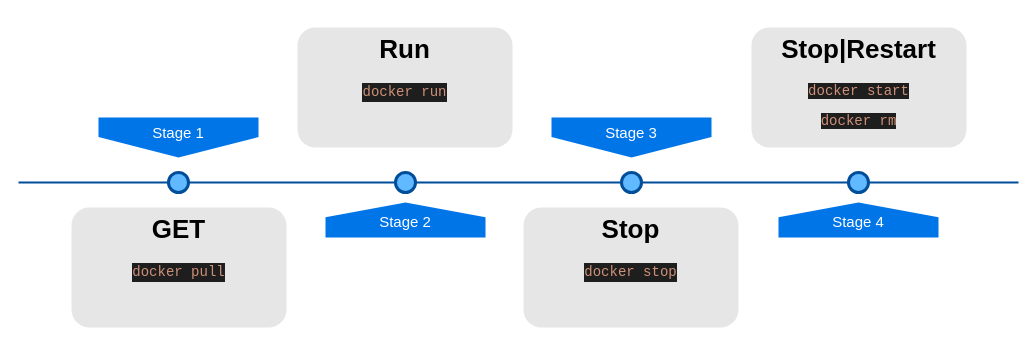
This is Container Stages.drawio from kgeorge314/draw.io, a draw.io file, before an edit. Source tidied: cells renumbered, new cells numbered last; positions are measured from the earlier drawing's top-left corner, leaving out a move shared by most shapes. Both pictures are drawn from the tidied source at 100%, with x=0, y=0 at pixel (18, 27).
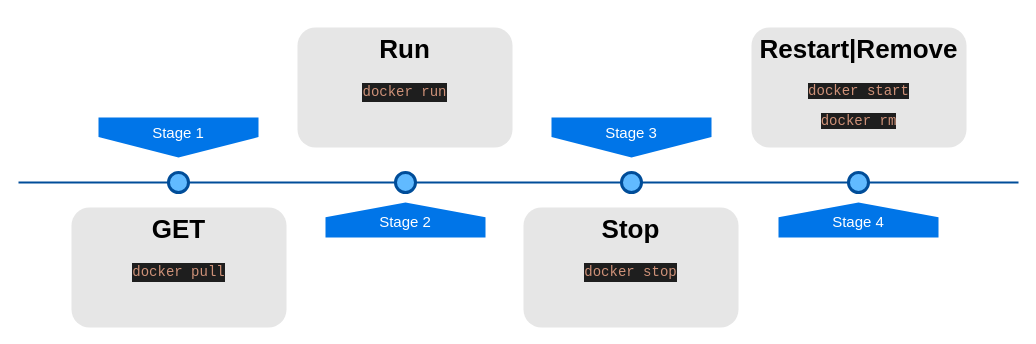
After the change.

Change to the diagram source:
```diff
@@
 <mxGraphModel background="#ffffff">
   <root>
     <mxCell id="0" />
     <mxCell id="1" parent="0" />
     <mxCell id="2" style="line;strokeWidth=2;html=1;fillColor=none;fontSize=28;fontColor=#004D99;strokeColor=#004D99;" parent="1" vertex="1">
       <mxGeometry y="150" width="1000" height="10" as="geometry" />
     </mxCell>
     <mxCell id="3" value="Stage 1" style="shape=offPageConnector;whiteSpace=wrap;html=1;fillColor=#0075E8;fontSize=15;fontColor=#FFFFFF;size=0.5093750000000015;verticalAlign=top;strokeColor=none;" parent="1" vertex="1">
       <mxGeometry x="80" y="90" width="160" height="40" as="geometry" />
     </mxCell>
     <mxCell id="4" value="&lt;span&gt;Stage 3&lt;/span&gt;" style="shape=offPageConnector;whiteSpace=wrap;html=1;fillColor=#0075E8;fontSize=15;fontColor=#FFFFFF;size=0.5093750000000015;verticalAlign=top;strokeColor=none;" parent="1" vertex="1">
       <mxGeometry x="533" y="90" width="160" height="40" as="geometry" />
     </mxCell>
     <mxCell id="5" value="&lt;span&gt;Stage 2&lt;/span&gt;" style="shape=offPageConnector;whiteSpace=wrap;html=1;fillColor=#0075E8;fontSize=15;fontColor=#FFFFFF;size=0.4178571428571445;flipV=1;verticalAlign=bottom;strokeColor=none;spacingBottom=4;" parent="1" vertex="1">
       <mxGeometry x="307" y="175" width="160" height="35" as="geometry" />
     </mxCell>
     <mxCell id="6" value="&lt;span&gt;Stage 4&lt;/span&gt;" style="shape=offPageConnector;whiteSpace=wrap;html=1;fillColor=#0075E8;fontSize=15;fontColor=#FFFFFF;size=0.4178571428571445;flipV=1;verticalAlign=bottom;strokeColor=none;spacingBottom=4;" parent="1" vertex="1">
       <mxGeometry x="760" y="175" width="160" height="35" as="geometry" />
     </mxCell>
     <mxCell id="7" style="ellipse;whiteSpace=wrap;html=1;fillColor=#61BAFF;fontSize=28;fontColor=#004D99;strokeWidth=3;strokeColor=#004D99;" parent="1" vertex="1">
       <mxGeometry x="150" y="145" width="20" height="20" as="geometry" />
     </mxCell>
     <mxCell id="8" style="ellipse;whiteSpace=wrap;html=1;fillColor=#61BAFF;fontSize=28;fontColor=#004D99;strokeWidth=3;strokeColor=#004D99;" parent="1" vertex="1">
       <mxGeometry x="377" y="145" width="20" height="20" as="geometry" />
     </mxCell>
     <mxCell id="9" style="ellipse;whiteSpace=wrap;html=1;fillColor=#61BAFF;fontSize=28;fontColor=#004D99;strokeWidth=3;strokeColor=#004D99;" parent="1" vertex="1">
       <mxGeometry x="603" y="145" width="20" height="20" as="geometry" />
     </mxCell>
     <mxCell id="10" style="ellipse;whiteSpace=wrap;html=1;fillColor=#61BAFF;fontSize=28;fontColor=#004D99;strokeWidth=3;strokeColor=#004D99;" parent="1" vertex="1">
       <mxGeometry x="830" y="145" width="20" height="20" as="geometry" />
     </mxCell>
     <mxCell id="11" value="&lt;h1&gt;GET&lt;/h1&gt;&lt;div style=&quot;color: rgb(212 , 212 , 212) ; background-color: rgb(30 , 30 , 30) ; font-family: &amp;#34;consolas&amp;#34; , &amp;#34;courier new&amp;#34; , monospace ; font-size: 14px ; line-height: 19px ; white-space: pre&quot;&gt;&lt;span style=&quot;color: #ce9178&quot;&gt;docker&amp;nbsp;pull&lt;/span&gt;&lt;/div&gt;" style="text;html=1;spacing=5;spacingTop=-20;whiteSpace=wrap;overflow=hidden;strokeColor=none;strokeWidth=3;fillColor=#E6E6E6;fontSize=13;fontColor=#000000;align=center;rounded=1;" parent="1" vertex="1">
       <mxGeometry x="53" y="180" width="215" height="120" as="geometry" />
     </mxCell>
     <mxCell id="12" value="&lt;h1&gt;Run&lt;/h1&gt;&lt;div style=&quot;color: rgb(212 , 212 , 212) ; background-color: rgb(30 , 30 , 30) ; font-family: &amp;#34;consolas&amp;#34; , &amp;#34;courier new&amp;#34; , monospace ; font-size: 14px ; line-height: 19px ; white-space: pre&quot;&gt;&lt;span style=&quot;color: #ce9178&quot;&gt;docker&amp;nbsp;run&lt;/span&gt;&lt;/div&gt;" style="text;html=1;spacing=5;spacingTop=-20;whiteSpace=wrap;overflow=hidden;strokeColor=none;strokeWidth=3;fillColor=#E6E6E6;fontSize=13;fontColor=#000000;align=center;rounded=1;" parent="1" vertex="1">
       <mxGeometry x="279" width="215" height="120" as="geometry" />
     </mxCell>
     <mxCell id="13" value="&lt;h1&gt;Stop&lt;/h1&gt;&lt;div style=&quot;color: rgb(212 , 212 , 212) ; background-color: rgb(30 , 30 , 30) ; font-family: &amp;#34;consolas&amp;#34; , &amp;#34;courier new&amp;#34; , monospace ; font-size: 14px ; line-height: 19px ; white-space: pre&quot;&gt;&lt;span style=&quot;color: #ce9178&quot;&gt;docker&amp;nbsp;stop&lt;/span&gt;&lt;/div&gt;" style="text;html=1;spacing=5;spacingTop=-20;whiteSpace=wrap;overflow=hidden;strokeColor=none;strokeWidth=3;fillColor=#E6E6E6;fontSize=13;fontColor=#000000;align=center;rounded=1;" parent="1" vertex="1">
       <mxGeometry x="505" y="180" width="215" height="120" as="geometry" />
     </mxCell>
-    <mxCell id="14" value="&lt;h1&gt;Stop|Restart&lt;/h1&gt;&lt;p&gt;&lt;span style=&quot;color: rgb(206 , 145 , 120) ; background-color: rgb(30 , 30 , 30) ; font-family: &amp;#34;consolas&amp;#34; , &amp;#34;courier new&amp;#34; , monospace ; font-size: 14px ; white-space: pre&quot;&gt;docker&amp;nbsp;start&lt;/span&gt;&lt;/p&gt;&lt;p&gt;&lt;span style=&quot;color: rgb(206 , 145 , 120) ; font-family: &amp;#34;consolas&amp;#34; , &amp;#34;courier new&amp;#34; , monospace ; font-size: 14px ; white-space: pre ; background-color: rgb(30 , 30 , 30)&quot;&gt;docker&amp;nbsp;rm&lt;/span&gt;&lt;br&gt;&lt;/p&gt;" style="text;html=1;spacing=5;spacingTop=-20;whiteSpace=wrap;overflow=hidden;strokeColor=none;strokeWidth=3;fillColor=#E6E6E6;fontSize=13;fontColor=#000000;align=center;rounded=1;" parent="1" vertex="1">
+    <mxCell id="14" value="&lt;h1&gt;Restart|Remove&lt;/h1&gt;&lt;p&gt;&lt;span style=&quot;color: rgb(206 , 145 , 120) ; background-color: rgb(30 , 30 , 30) ; font-family: &amp;#34;consolas&amp;#34; , &amp;#34;courier new&amp;#34; , monospace ; font-size: 14px ; white-space: pre&quot;&gt;docker&amp;nbsp;start&lt;/span&gt;&lt;/p&gt;&lt;p&gt;&lt;span style=&quot;color: rgb(206 , 145 , 120) ; font-family: &amp;#34;consolas&amp;#34; , &amp;#34;courier new&amp;#34; , monospace ; font-size: 14px ; white-space: pre ; background-color: rgb(30 , 30 , 30)&quot;&gt;docker&amp;nbsp;rm&lt;/span&gt;&lt;br&gt;&lt;/p&gt;" style="text;html=1;spacing=5;spacingTop=-20;whiteSpace=wrap;overflow=hidden;strokeColor=none;strokeWidth=3;fillColor=#E6E6E6;fontSize=13;fontColor=#000000;align=center;rounded=1;" parent="1" vertex="1">
       <mxGeometry x="733" width="215" height="120" as="geometry" />
     </mxCell>
   </root>
 </mxGraphModel>
```
